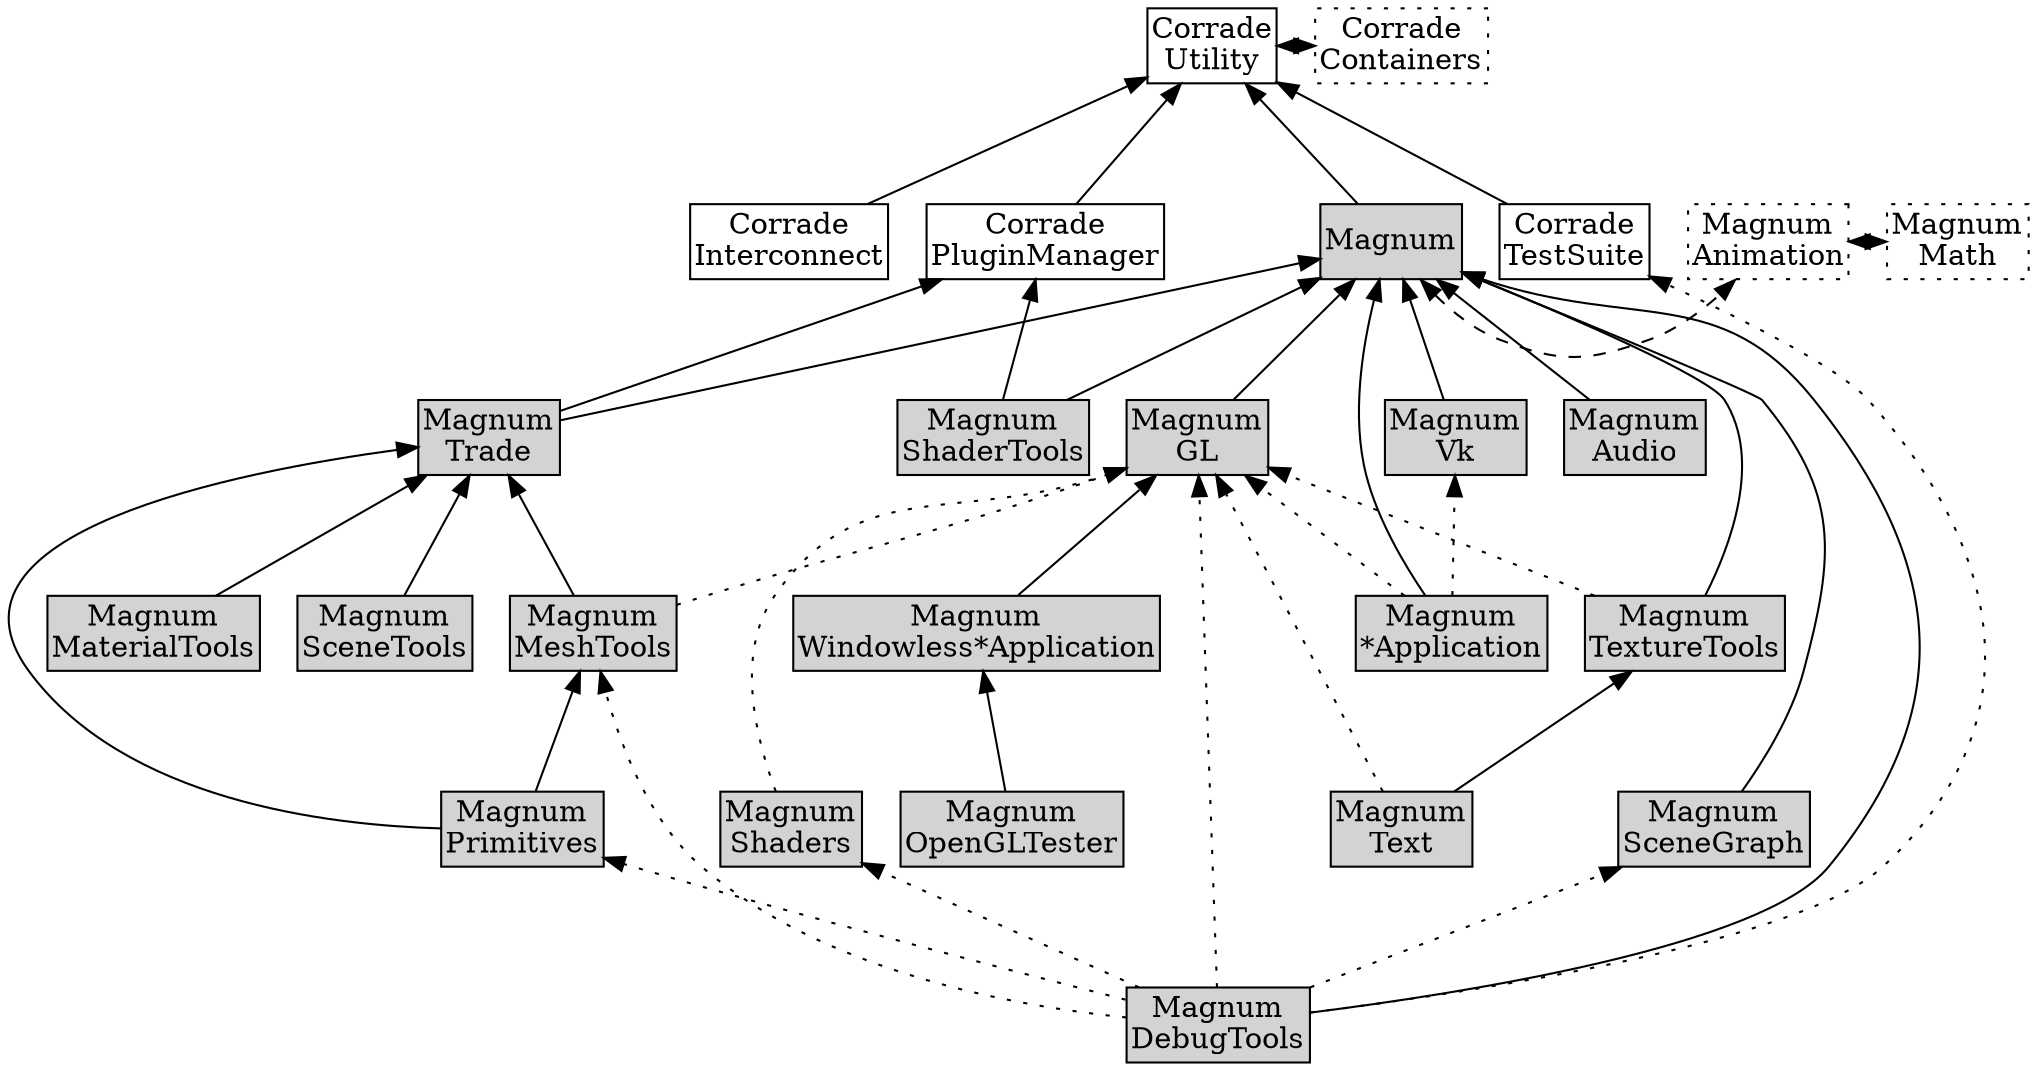
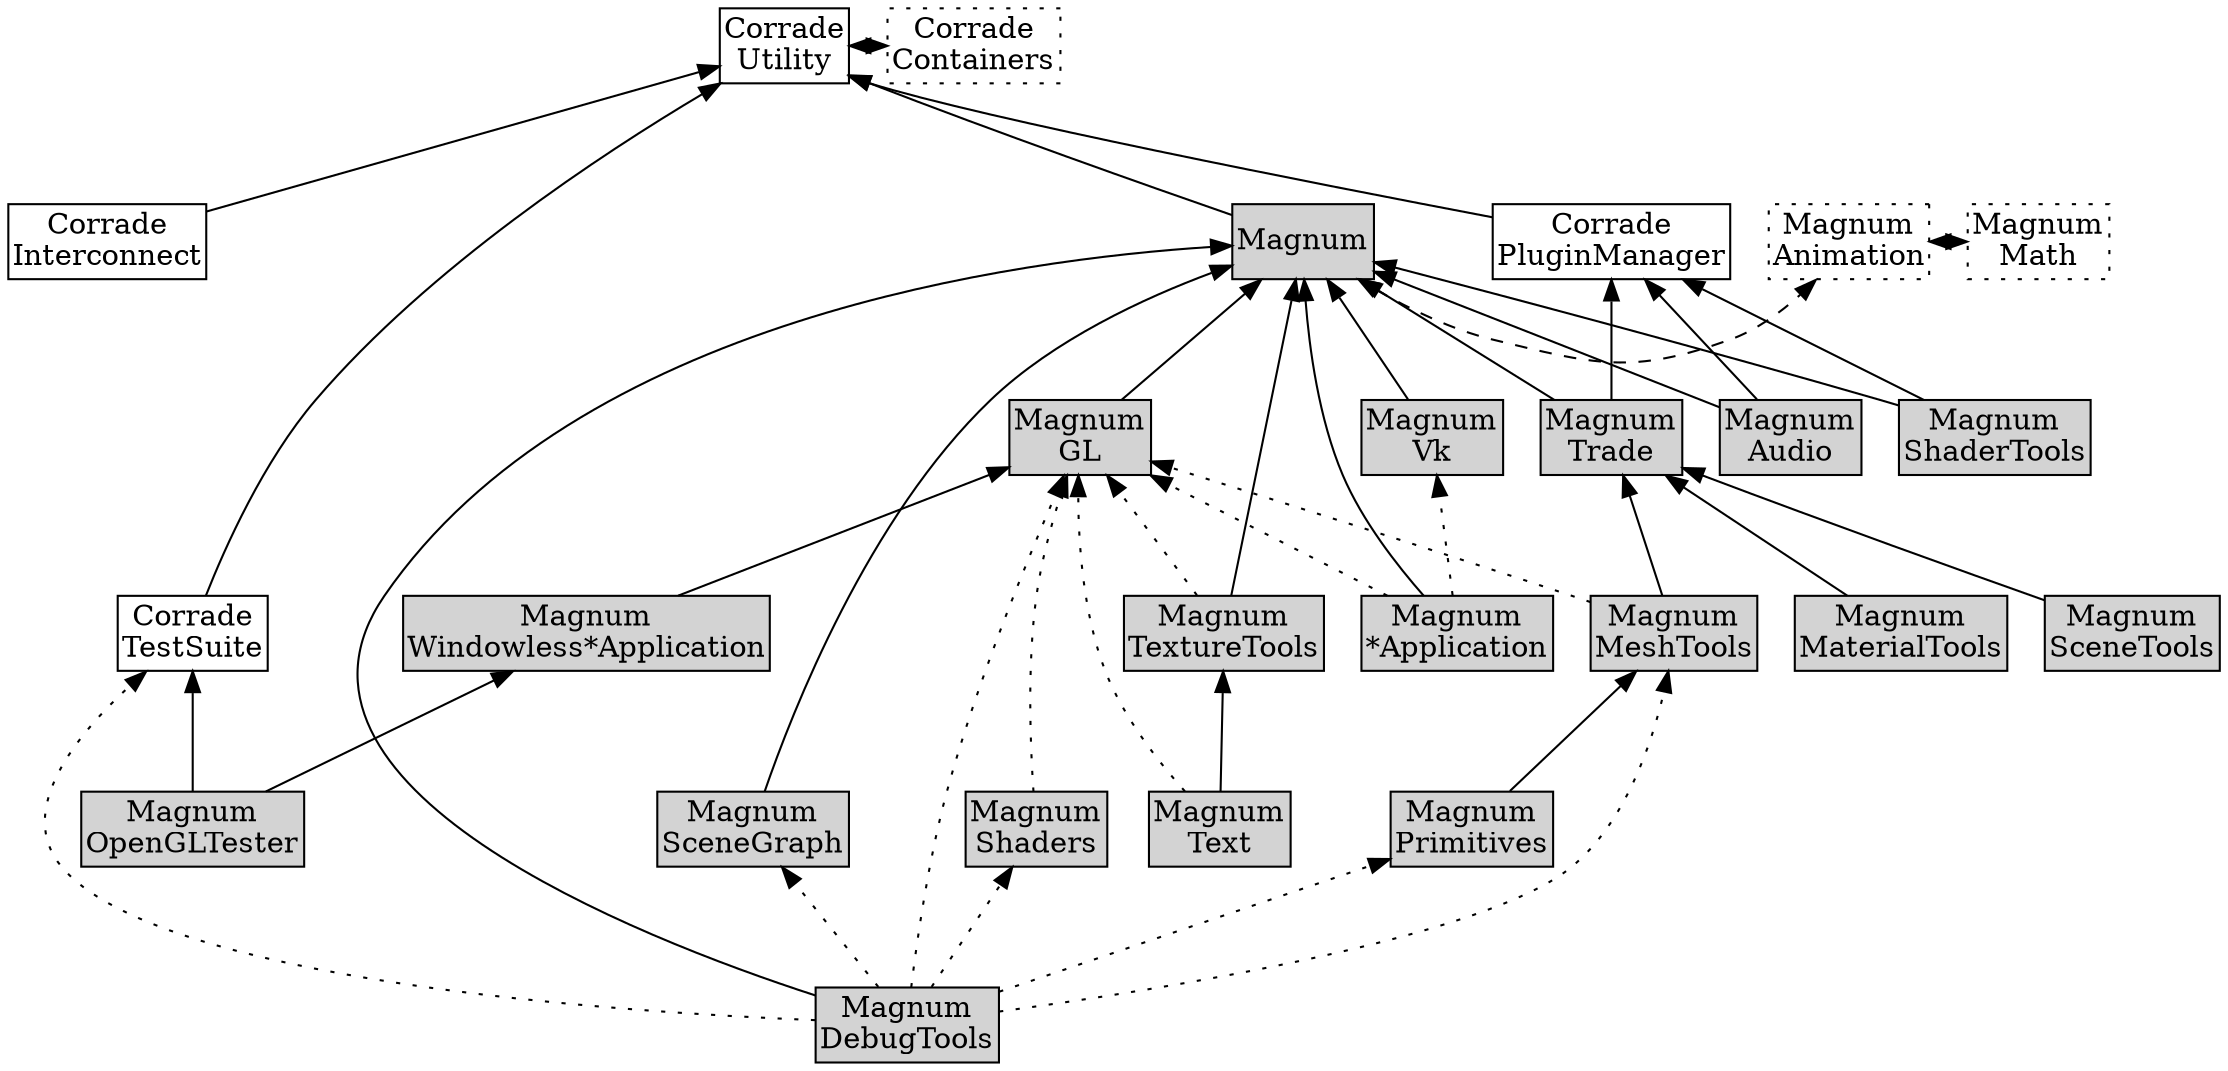
/*
    This file is part of Magnum.

    Copyright © 2010, 2011, 2012, 2013, 2014, 2015, 2016, 2017, 2018, 2019,
                2020, 2021, 2022, 2023, 2024, 2025, 2026
              Vladimír Vondruš <mosra@centrum.cz>

    Permission is hereby granted, free of charge, to any person obtaining a
    copy of this software and associated documentation files (the "Software"),
    to deal in the Software without restriction, including without limitation
    the rights to use, copy, modify, merge, publish, distribute, sublicense,
    and/or sell copies of the Software, and to permit persons to whom the
    Software is furnished to do so, subject to the following conditions:

    The above copyright notice and this permission notice shall be included
    in all copies or substantial portions of the Software.

    THE SOFTWARE IS PROVIDED "AS IS", WITHOUT WARRANTY OF ANY KIND, EXPRESS OR
    IMPLIED, INCLUDING BUT NOT LIMITED TO THE WARRANTIES OF MERCHANTABILITY,
    FITNESS FOR A PARTICULAR PURPOSE AND NONINFRINGEMENT. IN NO EVENT SHALL
    THE AUTHORS OR COPYRIGHT HOLDERS BE LIABLE FOR ANY CLAIM, DAMAGES OR OTHER
    LIABILITY, WHETHER IN AN ACTION OF CONTRACT, TORT OR OTHERWISE, ARISING
    FROM, OUT OF OR IN CONNECTION WITH THE SOFTWARE OR THE USE OR OTHER
    DEALINGS IN THE SOFTWARE.
*/

digraph "Magnum library dependency order" {
    rankdir=BT
    ranksep=0.8
    node [style=filled shape=rect margin="0.03,0.03"]

    CorradeUtility [style=solid label="Corrade\nUtility" class="m-primary"]
    CorradeContainers [style=solid label="Corrade\nContainers" class="m-primary" style=dotted]
    CorradePluginManager [style=solid label="Corrade\nPluginManager" class="m-info"]
    CorradeInterconnect [style=solid label="Corrade\nInterconnect" class="m-dim"]
    CorradeTestSuite [style=solid label="Corrade\nTestSuite" class="m-info"]

    Magnum [class="m-primary"]
    MagnumAnimation [label="Magnum\nAnimation" class="m-primary" style=dotted]
    MagnumAudio [label="Magnum\nAudio" class="m-info"]
    MagnumDebugTools [label="Magnum\nDebugTools" class="m-info"]
    MagnumGL [label="Magnum\nGL" class="m-info"]
    MagnumMath [label="Magnum\nMath" class="m-primary" style=dotted]
    MagnumMaterialTools [label="Magnum\nMaterialTools" class="m-info"]
    MagnumMeshTools [label="Magnum\nMeshTools" class="m-info"]
    MagnumOpenGLTester [label="Magnum\nOpenGLTester" class="m-info"]
    MagnumPrimitives [label="Magnum\nPrimitives" class="m-info"]
    MagnumSceneGraph [label="Magnum\nSceneGraph" class="m-info"]
    MagnumSceneTools [label="Magnum\nSceneTools" class="m-info"]
    MagnumShaders [label="Magnum\nShaders" class="m-info"]
    MagnumShaderTools [label="Magnum\nShaderTools" class="m-info"]
    MagnumText [label="Magnum\nText" class="m-info"]
    MagnumTextureTools [label="Magnum\nTextureTools" class="m-info"]
    MagnumTrade [label="Magnum\nTrade" class="m-info"]
    MagnumVk [label="Magnum\nVk" class="m-info"]

    MagnumApplication [label="Magnum\n*Application" class="m-info"]
    MagnumWindowlessApplication [label="Magnum\nWindowless*Application" class="m-info"]

    CorradeUtility -> CorradeContainers [dir=both style=dashed class="m-primary"]
    {rank=same CorradeUtility CorradeContainers}
    CorradePluginManager -> CorradeUtility [class="m-info"]
    CorradeInterconnect -> CorradeUtility [class="m-dim"]
    CorradeTestSuite -> CorradeUtility [class="m-info"]

    {rank=same Magnum -> MagnumAnimation -> MagnumMath [dir=both style=dashed]}
    Magnum -> CorradeUtility

    MagnumAudio -> Magnum
+     MagnumAudio -> CorradePluginManager

    MagnumDebugTools -> CorradeTestSuite [style=dotted]
    MagnumDebugTools -> Magnum
    MagnumDebugTools -> MagnumGL [style=dotted]
    MagnumDebugTools -> MagnumMeshTools [style=dotted class="m-dim"]
    MagnumDebugTools -> MagnumPrimitives [style=dotted class="m-dim"]
    MagnumDebugTools -> MagnumShaders [style=dotted class="m-dim"]
    MagnumDebugTools -> MagnumSceneGraph [style=dotted class="m-dim"]

    MagnumGL -> Magnum

    MagnumMaterialTools -> MagnumTrade

    MagnumMeshTools -> MagnumTrade
    MagnumMeshTools -> MagnumGL [style=dotted]

    MagnumOpenGLTester -> MagnumWindowlessApplication
+     MagnumOpenGLTester -> CorradeTestSuite

    MagnumPrimitives -> MagnumMeshTools
-     MagnumPrimitives -> MagnumTrade

    MagnumSceneTools -> MagnumTrade

    MagnumSceneGraph -> Magnum

    MagnumShaders -> MagnumGL [style=dotted]

    MagnumShaderTools -> Magnum
    MagnumShaderTools -> CorradePluginManager

    MagnumText -> MagnumTextureTools
    MagnumText -> MagnumGL [style=dotted]

    MagnumTextureTools -> Magnum
    MagnumTextureTools -> MagnumGL [style=dotted]

    MagnumTrade -> Magnum
    MagnumTrade -> CorradePluginManager

    MagnumVk -> Magnum

    MagnumApplication -> Magnum
    MagnumApplication -> MagnumGL [style=dotted]
    MagnumApplication -> MagnumVk [style=dotted]

    MagnumWindowlessApplication -> MagnumGL
}
